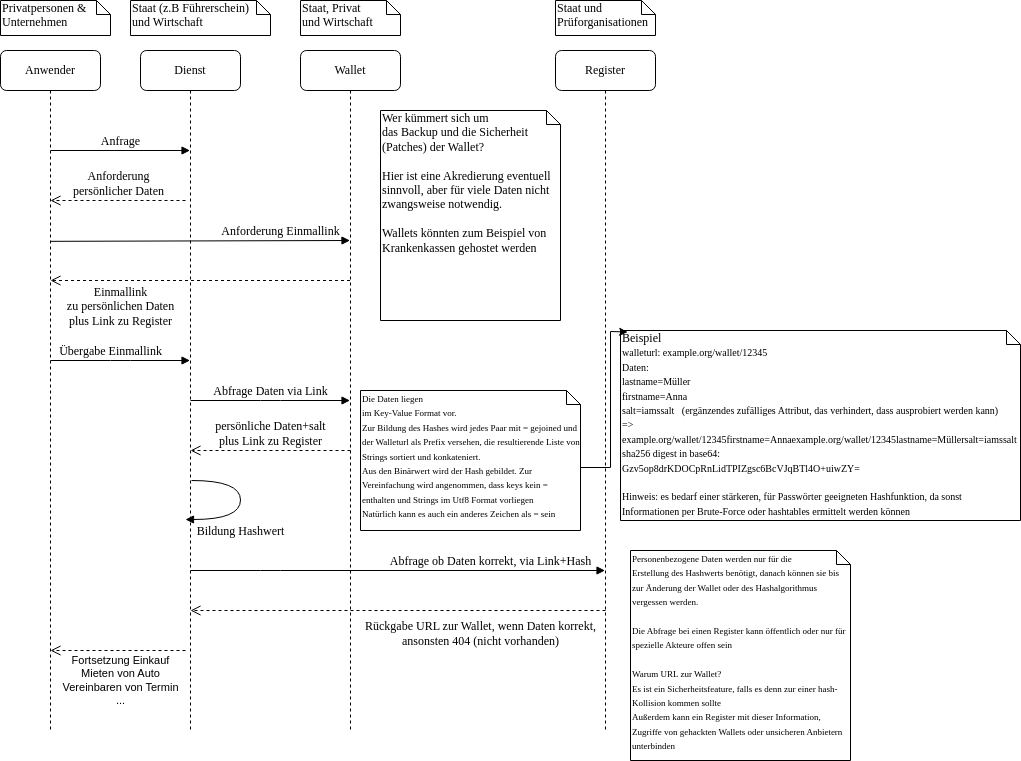
This is docs/specifications/Verification_and_Wallet.png from secretgraph/secretgraph, a draw.io export, as it was before one commit. Source tidied: cells renumbered, new cells last; positions are measured from the earlier drawing's top-left corner, leaving out a move shared by most shapes.
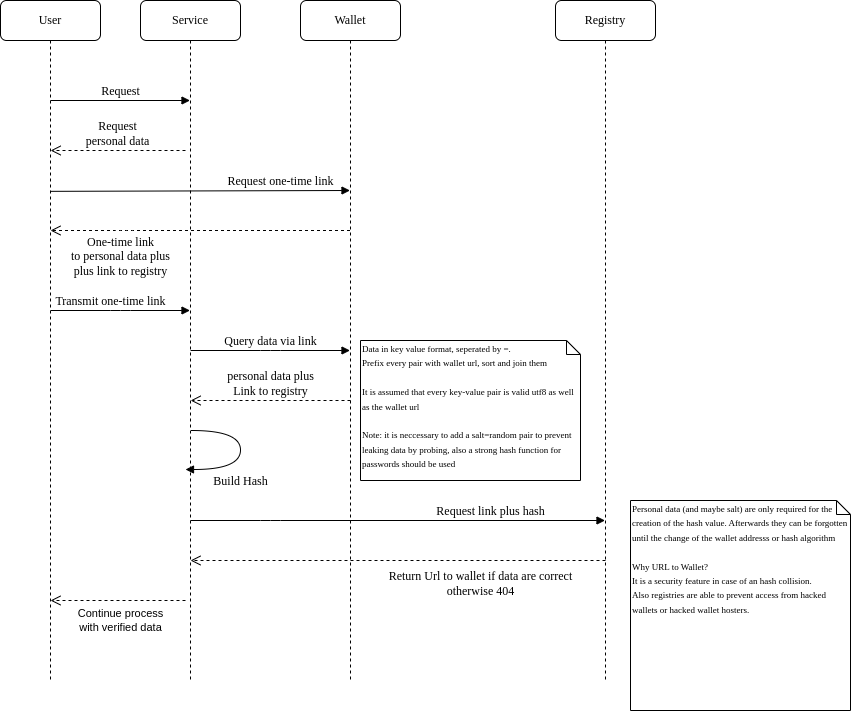
After the change.

Commit message:
update verification model

Diff of the diagram source:
```diff
@@ -2,10 +2,10 @@
   <root>
     <mxCell id="0" />
     <mxCell id="1" parent="0" />
-    <mxCell id="2" value="Dienst" style="shape=umlLifeline;perimeter=lifelinePerimeter;whiteSpace=wrap;html=1;outlineConnect=0;rounded=1;shadow=0;comic=0;labelBackgroundColor=none;strokeWidth=1;fontFamily=Verdana;fontSize=12;align=center;" parent="1" vertex="1">
+    <mxCell id="2" value="Service" style="shape=umlLifeline;perimeter=lifelinePerimeter;whiteSpace=wrap;html=1;outlineConnect=0;rounded=1;shadow=0;comic=0;labelBackgroundColor=none;strokeWidth=1;fontFamily=Verdana;fontSize=12;align=center;" parent="1" vertex="1">
       <mxGeometry x="140" y="50" width="100" height="680" as="geometry" />
     </mxCell>
-    <mxCell id="3" value="Anforderung&lt;br&gt;persönlicher Daten" style="html=1;verticalAlign=bottom;endArrow=open;dashed=1;endSize=8;labelBackgroundColor=none;fontFamily=Verdana;fontSize=12;edgeStyle=elbowEdgeStyle;elbow=vertical;" parent="2" edge="1" target="13">
+    <mxCell id="3" value="Request&lt;br&gt;personal data" style="html=1;verticalAlign=bottom;endArrow=open;dashed=1;endSize=8;labelBackgroundColor=none;fontFamily=Verdana;fontSize=12;edgeStyle=elbowEdgeStyle;elbow=vertical;" parent="2" edge="1" target="13">
       <mxGeometry relative="1" as="geometry">
         <mxPoint x="45" y="150" as="sourcePoint" />
         <Array as="points">
@@ -14,7 +14,7 @@
         </Array>
       </mxGeometry>
     </mxCell>
-    <mxCell id="4" value="Einmallink&lt;br&gt;zu persönlichen Daten&lt;br&gt;plus Link zu Register" style="html=1;verticalAlign=bottom;endArrow=open;dashed=1;endSize=8;labelBackgroundColor=none;fontFamily=Verdana;fontSize=12;edgeStyle=elbowEdgeStyle;elbow=vertical;" parent="2" edge="1" source="9">
+    <mxCell id="4" value="One-time link&lt;br&gt;to personal data plus&lt;br&gt;plus link to registry" style="html=1;verticalAlign=bottom;endArrow=open;dashed=1;endSize=8;labelBackgroundColor=none;fontFamily=Verdana;fontSize=12;edgeStyle=elbowEdgeStyle;elbow=vertical;" parent="2" edge="1" source="9">
       <mxGeometry x="0.53" y="50" relative="1" as="geometry">
         <mxPoint x="-90" y="230" as="targetPoint" />
         <Array as="points">
@@ -23,7 +23,7 @@
         </Array>
       </mxGeometry>
     </mxCell>
-    <mxCell id="5" value="persönliche Daten+salt&lt;br&gt;plus Link zu Register" style="html=1;verticalAlign=bottom;endArrow=open;dashed=1;endSize=8;labelBackgroundColor=none;fontFamily=Verdana;fontSize=12;edgeStyle=elbowEdgeStyle;elbow=vertical;" parent="2" edge="1" target="2">
+    <mxCell id="5" value="personal data plus&lt;br&gt;Link to registry" style="html=1;verticalAlign=bottom;endArrow=open;dashed=1;endSize=8;labelBackgroundColor=none;fontFamily=Verdana;fontSize=12;edgeStyle=elbowEdgeStyle;elbow=vertical;" parent="2" edge="1" target="2">
       <mxGeometry relative="1" as="geometry">
         <mxPoint x="210" y="400" as="sourcePoint" />
         <Array as="points">
@@ -31,7 +31,7 @@
         </Array>
       </mxGeometry>
     </mxCell>
-    <mxCell id="6" value="Bildung Hashwert" style="html=1;verticalAlign=bottom;endArrow=block;labelBackgroundColor=none;fontFamily=Verdana;fontSize=12;elbow=vertical;edgeStyle=orthogonalEdgeStyle;curved=1;exitX=1.066;exitY=0.713;exitPerimeter=0;" parent="2" edge="1">
+    <mxCell id="6" value="Build Hash" style="html=1;verticalAlign=bottom;endArrow=block;labelBackgroundColor=none;fontFamily=Verdana;fontSize=12;elbow=vertical;edgeStyle=orthogonalEdgeStyle;curved=1;exitX=1.066;exitY=0.713;exitPerimeter=0;" parent="2" edge="1">
       <mxGeometry x="0.23" y="21" relative="1" as="geometry">
         <mxPoint x="51" y="430" as="sourcePoint" />
         <mxPoint x="45" y="469" as="targetPoint" />
@@ -51,15 +51,15 @@
         </Array>
       </mxGeometry>
     </mxCell>
-    <mxCell id="8" value="Fortsetzung Einkauf&lt;br&gt;Mieten von Auto&lt;br&gt;Vereinbaren von Termin&lt;br&gt;..." style="edgeLabel;html=1;align=center;verticalAlign=middle;" parent="7" vertex="1">
+    <mxCell id="8" value="Continue process&lt;br&gt;with verified data" style="edgeLabel;html=1;align=center;verticalAlign=middle;" parent="7" vertex="1">
       <mxGeometry x="-0.47" y="-1" relative="1" as="geometry">
-        <mxPoint x="-29" y="31" as="offset" />
+        <mxPoint x="-29" y="21" as="offset" />
       </mxGeometry>
     </mxCell>
     <mxCell id="9" value="Wallet" style="shape=umlLifeline;perimeter=lifelinePerimeter;whiteSpace=wrap;html=1;outlineConnect=0;rounded=1;shadow=0;comic=0;labelBackgroundColor=none;strokeWidth=1;fontFamily=Verdana;fontSize=12;align=center;" parent="1" vertex="1">
       <mxGeometry x="300" y="50" width="100" height="680" as="geometry" />
     </mxCell>
-    <mxCell id="10" value="Abfrage ob Daten korrekt, via Link+Hash" style="html=1;verticalAlign=bottom;endArrow=block;labelBackgroundColor=none;fontFamily=Verdana;fontSize=12;edgeStyle=elbowEdgeStyle;elbow=vertical;" parent="9" edge="1" target="11">
+    <mxCell id="10" value="Request link plus hash" style="html=1;verticalAlign=bottom;endArrow=block;labelBackgroundColor=none;fontFamily=Verdana;fontSize=12;edgeStyle=elbowEdgeStyle;elbow=vertical;" parent="9" edge="1" target="11">
       <mxGeometry x="0.45" relative="1" as="geometry">
         <mxPoint x="-110" y="520" as="sourcePoint" />
         <Array as="points">
@@ -67,10 +67,10 @@
         </Array>
       </mxGeometry>
     </mxCell>
-    <mxCell id="11" value="Register" style="shape=umlLifeline;perimeter=lifelinePerimeter;whiteSpace=wrap;html=1;outlineConnect=0;rounded=1;shadow=0;comic=0;labelBackgroundColor=none;strokeWidth=1;fontFamily=Verdana;fontSize=12;align=center;" parent="1" vertex="1">
+    <mxCell id="11" value="Registry" style="shape=umlLifeline;perimeter=lifelinePerimeter;whiteSpace=wrap;html=1;outlineConnect=0;rounded=1;shadow=0;comic=0;labelBackgroundColor=none;strokeWidth=1;fontFamily=Verdana;fontSize=12;align=center;" parent="1" vertex="1">
       <mxGeometry x="555" y="50" width="100" height="680" as="geometry" />
     </mxCell>
-    <mxCell id="12" value="Rückgabe URL zur Wallet, wenn Daten korrekt,&lt;br&gt;ansonsten 404 (nicht vorhanden)" style="html=1;verticalAlign=bottom;endArrow=open;dashed=1;endSize=8;labelBackgroundColor=none;fontFamily=Verdana;fontSize=12;edgeStyle=elbowEdgeStyle;elbow=vertical;entryX=0.5;entryY=0.824;entryDx=0;entryDy=0;entryPerimeter=0;" parent="11" edge="1" target="2">
+    <mxCell id="12" value="Return Url to wallet if data are correct&lt;br&gt;otherwise 404" style="html=1;verticalAlign=bottom;endArrow=open;dashed=1;endSize=8;labelBackgroundColor=none;fontFamily=Verdana;fontSize=12;edgeStyle=elbowEdgeStyle;elbow=vertical;entryX=0.5;entryY=0.824;entryDx=0;entryDy=0;entryPerimeter=0;" parent="11" edge="1" target="2">
       <mxGeometry x="-0.4" y="40" relative="1" as="geometry">
         <mxPoint x="50" y="560" as="sourcePoint" />
         <Array as="points">
@@ -78,10 +78,10 @@
         </Array>
       </mxGeometry>
     </mxCell>
-    <mxCell id="13" value="Anwender" style="shape=umlLifeline;perimeter=lifelinePerimeter;whiteSpace=wrap;html=1;outlineConnect=0;rounded=1;shadow=0;comic=0;labelBackgroundColor=none;strokeWidth=1;fontFamily=Verdana;fontSize=12;align=center;" parent="1" vertex="1">
+    <mxCell id="13" value="User" style="shape=umlLifeline;perimeter=lifelinePerimeter;whiteSpace=wrap;html=1;outlineConnect=0;rounded=1;shadow=0;comic=0;labelBackgroundColor=none;strokeWidth=1;fontFamily=Verdana;fontSize=12;align=center;" parent="1" vertex="1">
       <mxGeometry y="50" width="100" height="680" as="geometry" />
     </mxCell>
-    <mxCell id="14" value="Anfrage" style="html=1;verticalAlign=bottom;endArrow=block;labelBackgroundColor=none;fontFamily=Verdana;fontSize=12;edgeStyle=elbowEdgeStyle;elbow=vertical;" parent="1" edge="1" target="2">
+    <mxCell id="14" value="Request" style="html=1;verticalAlign=bottom;endArrow=block;labelBackgroundColor=none;fontFamily=Verdana;fontSize=12;edgeStyle=elbowEdgeStyle;elbow=vertical;" parent="1" edge="1" target="2">
       <mxGeometry relative="1" as="geometry">
         <mxPoint x="50" y="150" as="sourcePoint" />
         <Array as="points">
@@ -89,7 +89,7 @@
         </Array>
       </mxGeometry>
     </mxCell>
-    <mxCell id="15" value="Anforderung Einmallink" style="html=1;verticalAlign=bottom;endArrow=block;labelBackgroundColor=none;fontFamily=Verdana;fontSize=12;edgeStyle=elbowEdgeStyle;elbow=vertical;" parent="1" edge="1" target="9">
+    <mxCell id="15" value="Request one-time link" style="html=1;verticalAlign=bottom;endArrow=block;labelBackgroundColor=none;fontFamily=Verdana;fontSize=12;edgeStyle=elbowEdgeStyle;elbow=vertical;" parent="1" edge="1" target="9">
       <mxGeometry x="0.54" relative="1" as="geometry">
         <mxPoint x="50" y="240.8" as="sourcePoint" />
         <Array as="points">
@@ -97,19 +97,7 @@
         </Array>
       </mxGeometry>
     </mxCell>
-    <mxCell id="16" value="Privatpersonen &amp;amp;&lt;br&gt;Unternehmen" style="shape=note;whiteSpace=wrap;html=1;size=14;verticalAlign=top;align=left;spacingTop=-6;rounded=0;shadow=0;comic=0;labelBackgroundColor=none;strokeWidth=1;fontFamily=Verdana;fontSize=12;" parent="1" vertex="1">
-      <mxGeometry width="110" height="35" as="geometry" />
-    </mxCell>
-    <mxCell id="17" value="Staat (z.B Führerschein)&lt;br&gt;und Wirtschaft" style="shape=note;whiteSpace=wrap;html=1;size=14;verticalAlign=top;align=left;spacingTop=-6;rounded=0;shadow=0;comic=0;labelBackgroundColor=none;strokeWidth=1;fontFamily=Verdana;fontSize=12;" parent="1" vertex="1">
-      <mxGeometry x="130" width="140" height="35" as="geometry" />
-    </mxCell>
-    <mxCell id="18" value="Staat, Privat&lt;br&gt;und Wirtschaft" style="shape=note;whiteSpace=wrap;html=1;size=14;verticalAlign=top;align=left;spacingTop=-6;rounded=0;shadow=0;comic=0;labelBackgroundColor=none;strokeWidth=1;fontFamily=Verdana;fontSize=12;" parent="1" vertex="1">
-      <mxGeometry x="300" width="100" height="35" as="geometry" />
-    </mxCell>
-    <mxCell id="19" value="Staat und Prüforganisationen" style="shape=note;whiteSpace=wrap;html=1;size=14;verticalAlign=top;align=left;spacingTop=-6;rounded=0;shadow=0;comic=0;labelBackgroundColor=none;strokeWidth=1;fontFamily=Verdana;fontSize=12;" parent="1" vertex="1">
-      <mxGeometry x="555" width="100" height="35" as="geometry" />
-    </mxCell>
-    <mxCell id="20" value="Übergabe Einmallink" style="html=1;verticalAlign=bottom;endArrow=block;labelBackgroundColor=none;fontFamily=Verdana;fontSize=12;edgeStyle=elbowEdgeStyle;elbow=vertical;" parent="1" edge="1" source="13" target="2">
+    <mxCell id="20" value="Transmit one-time link" style="html=1;verticalAlign=bottom;endArrow=block;labelBackgroundColor=none;fontFamily=Verdana;fontSize=12;edgeStyle=elbowEdgeStyle;elbow=vertical;" parent="1" edge="1" source="13" target="2">
       <mxGeometry x="-0.14" relative="1" as="geometry">
         <Array as="points">
           <mxPoint x="120" y="360" />
@@ -117,32 +105,18 @@
         </Array>
       </mxGeometry>
     </mxCell>
-    <mxCell id="21" value="Abfrage Daten via Link" style="html=1;verticalAlign=bottom;endArrow=block;labelBackgroundColor=none;fontFamily=Verdana;fontSize=12;edgeStyle=elbowEdgeStyle;elbow=vertical;" parent="1" edge="1" source="2" target="9">
+    <mxCell id="21" value="Query data via link" style="html=1;verticalAlign=bottom;endArrow=block;labelBackgroundColor=none;fontFamily=Verdana;fontSize=12;edgeStyle=elbowEdgeStyle;elbow=vertical;" parent="1" edge="1" source="2" target="9">
       <mxGeometry relative="1" as="geometry">
         <Array as="points">
           <mxPoint x="270" y="400" />
         </Array>
       </mxGeometry>
     </mxCell>
-    <mxCell id="22" value="&lt;font style=&quot;font-size: 9px;&quot;&gt;Die Daten liegen&lt;br&gt;im Key-Value Format vor.&lt;br&gt;Zur Bildung des Hashes wird jedes Paar mit = gejoined und der Walleturl als Prefix versehen, die resultierende Liste von Strings sortiert und konkateniert.&lt;br&gt;Aus den Binärwert wird der Hash gebildet. Zur Vereinfachung wird angenommen, dass keys kein = enthalten und Strings im Utf8 Format vorliegen&lt;br&gt;Natürlich kann es auch ein anderes Zeichen als = sein&lt;br&gt;&lt;/font&gt;" style="shape=note;whiteSpace=wrap;html=1;size=14;verticalAlign=top;align=left;spacingTop=-6;rounded=0;shadow=0;comic=0;labelBackgroundColor=none;strokeWidth=1;fontFamily=Verdana;fontSize=12;" parent="1" vertex="1">
+    <mxCell id="22" value="&lt;font style=&quot;font-size: 9px;&quot;&gt;Data in key value format, seperated by =.&lt;br&gt;Prefix every pair with wallet url, sort and join them&lt;br&gt;&lt;br&gt;It is assumed that every key-value pair is valid utf8 as well as the wallet url&lt;br&gt;&lt;br&gt;Note: it is neccessary to add a salt=random pair to prevent leaking data by probing, also a strong hash function for passwords should be used&lt;br&gt;&lt;/font&gt;" style="shape=note;whiteSpace=wrap;html=1;size=14;verticalAlign=top;align=left;spacingTop=-6;rounded=0;shadow=0;comic=0;labelBackgroundColor=none;strokeWidth=1;fontFamily=Verdana;fontSize=12;" parent="1" vertex="1">
       <mxGeometry x="360" y="390" width="220" height="140" as="geometry" />
     </mxCell>
-    <mxCell id="23" value="&lt;font style=&quot;font-size: 9px;&quot;&gt;Personenbezogene Daten werden nur für die&lt;br&gt;Erstellung des Hashwerts benötigt, danach können sie bis zur Änderung der Wallet oder des Hashalgorithmus vergessen werden.&lt;br&gt;&lt;br&gt;Die Abfrage bei einen Register kann öffentlich oder nur für spezielle Akteure offen sein&lt;br&gt;&lt;br&gt;Warum URL zur Wallet?&lt;br&gt;Es ist ein Sicherheitsfeature, falls es denn zur einer hash-Kollision kommen sollte&lt;br&gt;Außerdem kann ein Register mit dieser Information, Zugriffe von gehackten Wallets oder unsicheren Anbietern unterbinden&lt;br&gt;&lt;/font&gt;" style="shape=note;whiteSpace=wrap;html=1;size=14;verticalAlign=top;align=left;spacingTop=-6;rounded=0;shadow=0;comic=0;labelBackgroundColor=none;strokeWidth=1;fontFamily=Verdana;fontSize=12;" parent="1" vertex="1">
+    <mxCell id="23" value="&lt;font style=&quot;font-size: 9px;&quot;&gt;Personal data (and maybe salt) are only required for the creation of the hash value. Afterwards they can be forgotten until the change of the wallet addresss or hash algorithm&lt;br&gt;&lt;br&gt;Why URL to Wallet?&lt;br&gt;It is a security feature in case of an hash collision.&lt;br&gt;Also registries are able to prevent access from hacked wallets or hacked wallet hosters.&lt;br&gt;&lt;/font&gt;" style="shape=note;whiteSpace=wrap;html=1;size=14;verticalAlign=top;align=left;spacingTop=-6;rounded=0;shadow=0;comic=0;labelBackgroundColor=none;strokeWidth=1;fontFamily=Verdana;fontSize=12;" parent="1" vertex="1">
       <mxGeometry x="630" y="550" width="220" height="210" as="geometry" />
     </mxCell>
-    <mxCell id="24" value="Wer kümmert sich um&lt;br&gt;das Backup und die Sicherheit&lt;br&gt;(Patches) der Wallet?&lt;br&gt;&lt;br&gt;Hier ist eine Akredierung eventuell sinnvoll, aber für viele Daten nicht zwangsweise notwendig.&lt;br&gt;&lt;br&gt;Wallets könnten zum Beispiel von Krankenkassen gehostet werden" style="shape=note;whiteSpace=wrap;html=1;size=14;verticalAlign=top;align=left;spacingTop=-6;rounded=0;shadow=0;comic=0;labelBackgroundColor=none;strokeWidth=1;fontFamily=Verdana;fontSize=12;" parent="1" vertex="1">
-      <mxGeometry x="380" y="110" width="180" height="210" as="geometry" />
-    </mxCell>
-    <mxCell id="25" value="&lt;font style=&quot;&quot;&gt;&lt;font style=&quot;&quot;&gt;Beispiel&lt;br&gt;&lt;span style=&quot;font-size: 10px;&quot;&gt;walleturl: example.org/wallet/12345&lt;/span&gt;&lt;br&gt;&lt;span style=&quot;font-size: 10px;&quot;&gt;Daten:&lt;/span&gt;&lt;br&gt;&lt;span style=&quot;font-size: 10px;&quot;&gt;lastname=Müller&lt;/span&gt;&lt;br&gt;&lt;span style=&quot;font-size: 10px;&quot;&gt;firstname=Anna&lt;/span&gt;&lt;br&gt;&lt;span style=&quot;font-size: 10px;&quot;&gt;salt=iamssalt&amp;nbsp; &amp;nbsp;(ergänzendes zufälliges Attribut, das verhindert, dass ausprobiert werden kann)&lt;/span&gt;&lt;br&gt;&lt;span style=&quot;font-size: 10px;&quot;&gt;=&amp;gt;&lt;/span&gt;&lt;br&gt;&lt;span style=&quot;font-size: 10px;&quot;&gt;example.org/wallet/12345firstname=Annaexample.org/wallet/12345lastname=Müllersalt=iamssalt&lt;/span&gt;&lt;br&gt;&lt;span style=&quot;font-size: 10px;&quot;&gt;sha256 digest in base64:&lt;/span&gt;&lt;br&gt;&lt;span style=&quot;font-size: 10px;&quot;&gt;Gzv5op8drKDOCpRnLidTPIZgsc6BcVJqBTl4O+uiwZY=&lt;br&gt;&lt;/span&gt;&lt;br&gt;&lt;span style=&quot;font-size: 10px;&quot;&gt;Hinweis: es bedarf einer stärkeren, für Passwörter geeigneten Hashfunktion, da sonst Informationen per Brute-Force oder hashtables ermittelt werden können&lt;/span&gt;&lt;/font&gt;&lt;br&gt;&lt;/font&gt;" style="shape=note;whiteSpace=wrap;html=1;size=14;verticalAlign=top;align=left;spacingTop=-6;rounded=0;shadow=0;comic=0;labelBackgroundColor=none;strokeWidth=1;fontFamily=Verdana;fontSize=12;" parent="1" vertex="1">
-      <mxGeometry x="620" y="330" width="400" height="190" as="geometry" />
-    </mxCell>
-    <mxCell id="26" style="endArrow=classic;html=1;rounded=0;entryX=0.018;entryY=0.008;entryDx=0;entryDy=0;entryPerimeter=0;exitX=0;exitY=0;exitDx=220;exitDy=77;exitPerimeter=0;" parent="1" edge="1" source="22" target="25">
-      <mxGeometry relative="1" as="geometry">
-        <Array as="points">
-          <mxPoint x="610" y="467" />
-          <mxPoint x="610" y="331" />
-        </Array>
-      </mxGeometry>
-    </mxCell>
   </root>
 </mxGraphModel>
```
